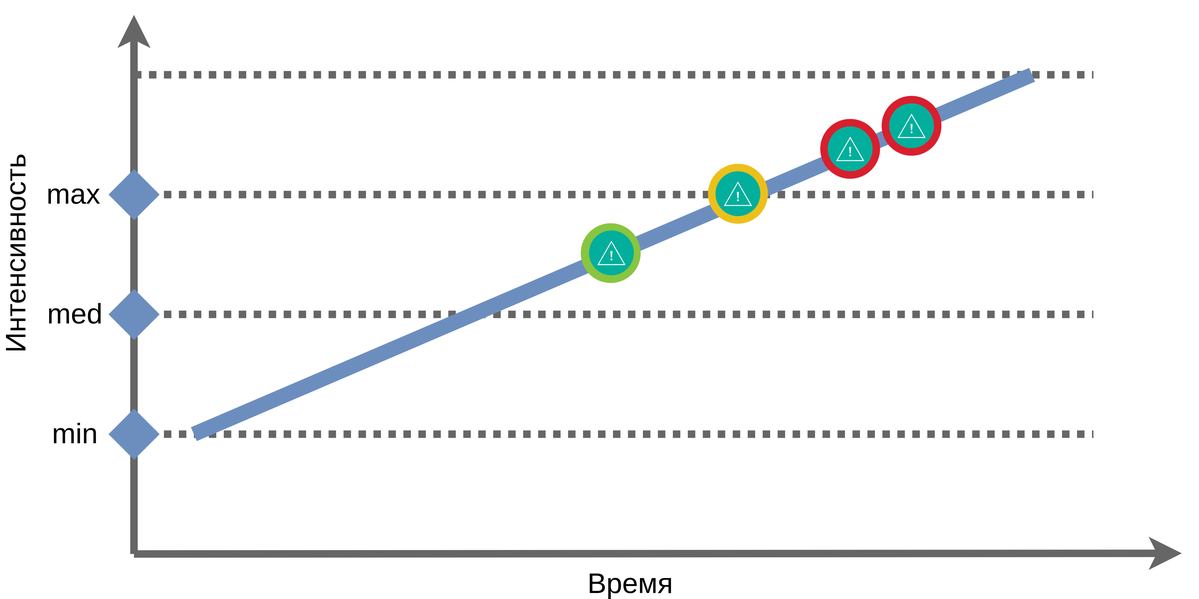
Before: docs/images/1/load.testing-6.png, a diagram exported from draw.io (polarnik/perflab). Source tidied: cells renumbered, new cells last; positions are measured from the earlier drawing's top-left corner, leaving out a move shared by most shapes.
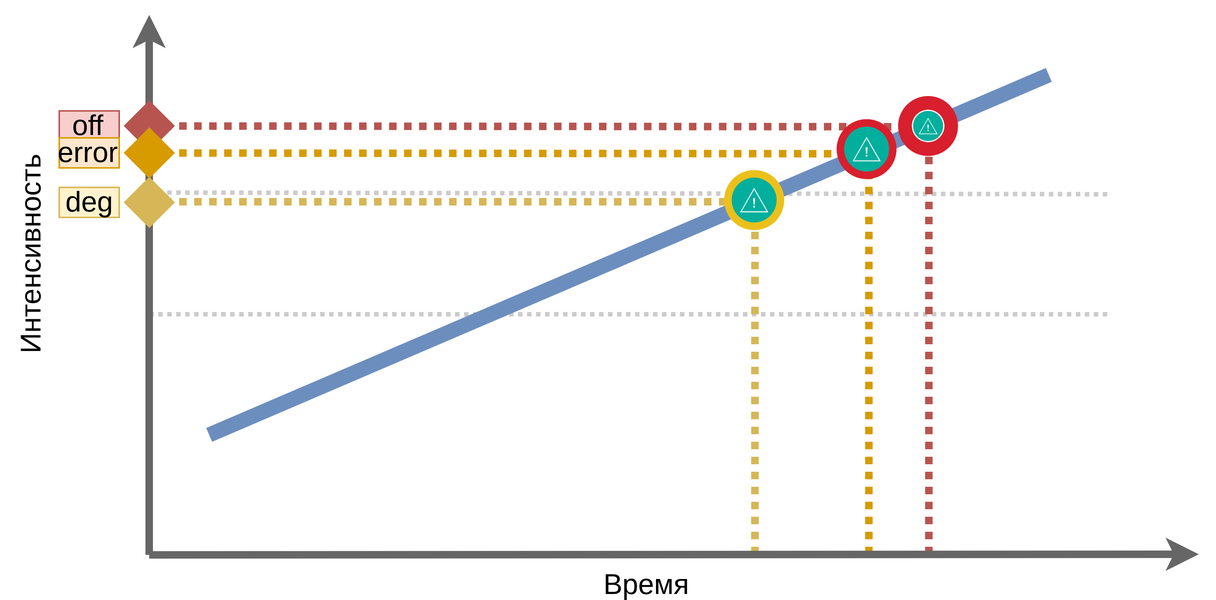
The same diagram one commit later.

Diff of the diagram source:
```diff
@@ -2,119 +2,135 @@
   <root>
     <mxCell id="0" />
     <mxCell id="1" parent="0" />
-    <mxCell id="2" style="endArrow=classic;html=1;strokeWidth=5;jumpStyle=arc;fillColor=#f5f5f5;strokeColor=#666666;" parent="1" edge="1">
+    <mxCell id="2" style="endArrow=none;dashed=1;html=1;dashPattern=1 1;strokeColor=#CCCCCC;strokeWidth=3;fillColor=#97D077;" parent="1" edge="1">
       <mxGeometry relative="1" as="geometry">
-        <mxPoint x="99" y="360.4" as="sourcePoint" />
-        <mxPoint x="799" y="360" as="targetPoint" />
+        <mxPoint x="99" y="200" as="sourcePoint" />
+        <mxPoint x="739" y="200" as="targetPoint" />
       </mxGeometry>
     </mxCell>
-    <mxCell id="3" style="endArrow=classic;html=1;strokeWidth=5;jumpStyle=arc;fillColor=#f5f5f5;strokeColor=#666666;" parent="1" edge="1">
+    <mxCell id="3" style="endArrow=none;dashed=1;html=1;dashPattern=1 1;strokeColor=#CCCCCC;strokeWidth=3;fillColor=#97D077;" parent="1" edge="1">
       <mxGeometry relative="1" as="geometry">
-        <mxPoint x="99" y="360.4" as="sourcePoint" />
-        <mxPoint x="99" y="0.4" as="targetPoint" />
+        <mxPoint x="99" y="118.9" as="sourcePoint" />
+        <mxPoint x="740.1" y="120" as="targetPoint" />
       </mxGeometry>
     </mxCell>
-    <mxCell id="4" style="endArrow=none;dashed=1;html=1;strokeWidth=5;dashPattern=1 1;fillColor=#f5f5f5;strokeColor=#666666;startArrow=none;startFill=0;startSize=8;" parent="1" edge="1">
-      <mxGeometry relative="1" as="geometry">
-        <mxPoint x="99" y="280.4" as="sourcePoint" />
-        <mxPoint x="740" y="280.4" as="targetPoint" />
-      </mxGeometry>
+    <mxCell id="4" style="group;" parent="1" vertex="1">
+      <mxGeometry y="0.4" width="799" height="390" as="geometry" />
     </mxCell>
-    <mxCell id="5" style="endArrow=none;dashed=1;html=1;strokeWidth=5;dashPattern=1 1;fillColor=#f5f5f5;strokeColor=#666666;" parent="1" edge="1">
+    <mxCell id="5" style="endArrow=none;dashed=1;html=1;dashPattern=1 1;strokeWidth=5;fillColor=#f8cecc;strokeColor=#b85450;" parent="4" edge="1" target="23">
       <mxGeometry relative="1" as="geometry">
-        <mxPoint x="99" y="200.4" as="sourcePoint" />
-        <mxPoint x="740" y="200.4" as="targetPoint" />
+        <mxPoint x="99" y="74.1" as="sourcePoint" />
       </mxGeometry>
     </mxCell>
-    <mxCell id="6" style="endArrow=none;dashed=1;html=1;strokeWidth=5;dashPattern=1 1;fillColor=#f5f5f5;strokeColor=#666666;" parent="1" edge="1">
+    <mxCell id="6" style="endArrow=none;dashed=1;html=1;dashPattern=1 1;strokeWidth=5;fillColor=#fff2cc;strokeColor=#d6b656;" parent="4" edge="1">
       <mxGeometry relative="1" as="geometry">
-        <mxPoint x="99" y="120.4" as="sourcePoint" />
-        <mxPoint x="740" y="120.4" as="targetPoint" />
+        <mxPoint x="99" y="124.6" as="sourcePoint" />
+        <mxPoint x="519" y="124.6" as="targetPoint" />
       </mxGeometry>
     </mxCell>
-    <mxCell id="7" style="endArrow=none;dashed=1;html=1;strokeWidth=5;dashPattern=1 1;fillColor=#f5f5f5;strokeColor=#666666;" parent="1" edge="1">
+    <mxCell id="7" style="endArrow=none;dashed=1;html=1;fillColor=#f8cecc;strokeColor=#b85450;strokeWidth=5;dashPattern=1 1;" parent="4" edge="1" target="23">
       <mxGeometry relative="1" as="geometry">
-        <mxPoint x="99" y="40.4" as="sourcePoint" />
-        <mxPoint x="740" y="40.4" as="targetPoint" />
+        <mxPoint x="619" y="359.6" as="sourcePoint" />
       </mxGeometry>
     </mxCell>
-    <mxCell id="8" style="endArrow=none;html=1;strokeWidth=10;targetPerimeterSpacing=0;comic=0;shadow=0;jumpStyle=none;orthogonalLoop=1;fillColor=#dae8fc;strokeColor=#6c8ebf;rounded=1;" parent="1" edge="1">
+    <mxCell id="8" style="endArrow=none;dashed=1;html=1;fillColor=#ffe6cc;strokeColor=#d79b00;strokeWidth=5;dashPattern=1 1;" parent="4" edge="1">
       <mxGeometry relative="1" as="geometry">
-        <mxPoint x="139" y="280.4" as="sourcePoint" />
-        <mxPoint x="699" y="40.4" as="targetPoint" />
+        <mxPoint x="579" y="359.6" as="sourcePoint" />
+        <mxPoint x="579" y="69.6" as="targetPoint" />
       </mxGeometry>
     </mxCell>
-    <mxCell id="9" style="endArrow=none;html=1;shadow=0;strokeWidth=10;startArrow=diamond;startFill=1;startSize=10;fillColor=#dae8fc;strokeColor=#6c8ebf;" parent="1" edge="1">
+    <mxCell id="9" style="endArrow=none;dashed=1;html=1;dashPattern=1 1;strokeWidth=5;fillColor=#fff2cc;strokeColor=#d6b656;" parent="4" edge="1">
       <mxGeometry relative="1" as="geometry">
-        <mxPoint x="82" y="280.4" as="sourcePoint" />
-        <mxPoint x="102" y="280.4" as="targetPoint" />
+        <mxPoint x="503" y="359.6" as="sourcePoint" />
+        <mxPoint x="503" y="99.6" as="targetPoint" />
       </mxGeometry>
     </mxCell>
-    <mxCell id="10" style="endArrow=none;html=1;shadow=0;strokeWidth=10;startArrow=diamond;startFill=1;startSize=10;fillColor=#dae8fc;strokeColor=#6c8ebf;endSize=0;" parent="1" edge="1">
+    <mxCell id="10" style="endArrow=classic;html=1;strokeWidth=5;jumpStyle=arc;fillColor=#f5f5f5;strokeColor=#666666;" parent="4" edge="1">
       <mxGeometry relative="1" as="geometry">
-        <mxPoint x="82" y="200.4" as="sourcePoint" />
-        <mxPoint x="102" y="200.4" as="targetPoint" />
+        <mxPoint x="99" y="360" as="sourcePoint" />
+        <mxPoint x="799" y="359.6" as="targetPoint" />
       </mxGeometry>
     </mxCell>
-    <mxCell id="11" style="endArrow=none;html=1;shadow=0;strokeWidth=10;startArrow=diamond;startFill=1;startSize=10;fillColor=#dae8fc;strokeColor=#6c8ebf;endSize=0;" parent="1" edge="1">
+    <mxCell id="11" style="endArrow=classic;html=1;strokeWidth=5;jumpStyle=arc;fillColor=#f5f5f5;strokeColor=#666666;" parent="4" edge="1">
       <mxGeometry relative="1" as="geometry">
-        <mxPoint x="82" y="120.4" as="sourcePoint" />
-        <mxPoint x="102" y="120.4" as="targetPoint" />
+        <mxPoint x="99" y="360" as="sourcePoint" />
+        <mxPoint x="99" as="targetPoint" />
       </mxGeometry>
     </mxCell>
-    <mxCell id="12" value="min" style="text;html=1;strokeColor=none;fillColor=none;align=center;verticalAlign=middle;whiteSpace=wrap;rounded=0;fontSize=19;" parent="1" vertex="1">
-      <mxGeometry x="39" y="270.4" width="40" height="20" as="geometry" />
+    <mxCell id="12" style="endArrow=none;html=1;strokeWidth=10;targetPerimeterSpacing=0;comic=0;shadow=0;jumpStyle=none;orthogonalLoop=1;fillColor=#dae8fc;strokeColor=#6c8ebf;rounded=1;" parent="4" edge="1">
+      <mxGeometry relative="1" as="geometry">
+        <mxPoint x="139" y="280" as="sourcePoint" />
+        <mxPoint x="699" y="40" as="targetPoint" />
+      </mxGeometry>
     </mxCell>
-    <mxCell id="13" value="med" style="text;html=1;strokeColor=none;fillColor=none;align=center;verticalAlign=middle;whiteSpace=wrap;rounded=0;fontSize=19;" parent="1" vertex="1">
-      <mxGeometry x="39" y="190.4" width="40" height="20" as="geometry" />
+    <mxCell id="13" value="Время" style="text;html=1;strokeColor=none;fillColor=none;align=center;verticalAlign=middle;whiteSpace=wrap;rounded=0;fontSize=19;" parent="4" vertex="1">
+      <mxGeometry x="411" y="370" width="40" height="20" as="geometry" />
     </mxCell>
-    <mxCell id="14" value="max" style="text;html=1;strokeColor=none;fillColor=none;align=center;verticalAlign=middle;whiteSpace=wrap;rounded=0;fontSize=19;" parent="1" vertex="1">
-      <mxGeometry x="39" y="110.4" width="40" height="20" as="geometry" />
+    <mxCell id="14" value="Интенсивность" style="text;html=1;strokeColor=none;fillColor=none;align=center;verticalAlign=middle;whiteSpace=wrap;rounded=0;fontSize=19;rotation=-90;" parent="4" vertex="1">
+      <mxGeometry y="150" width="40" height="20" as="geometry" />
     </mxCell>
-    <mxCell id="15" value="Время" style="text;html=1;strokeColor=none;fillColor=none;align=center;verticalAlign=middle;whiteSpace=wrap;rounded=0;fontSize=19;" parent="1" vertex="1">
-      <mxGeometry x="411" y="370.4" width="40" height="20" as="geometry" />
+    <mxCell id="15" style="group;" parent="4" vertex="1">
+      <mxGeometry x="483" y="103.9" width="40" height="40" as="geometry" />
     </mxCell>
-    <mxCell id="16" value="Интенсивность" style="text;html=1;strokeColor=none;fillColor=none;align=center;verticalAlign=middle;whiteSpace=wrap;rounded=0;fontSize=19;rotation=-90;" parent="1" vertex="1">
-      <mxGeometry y="150.4" width="40" height="20" as="geometry" />
+    <mxCell id="16" style="perimeter=ellipsePerimeter;html=1;align=center;shadow=0;dashed=0;image;image=img/lib/ibm/applications/visualization.svg;fontSize=19;" parent="15" vertex="1">
+      <mxGeometry width="40" height="40" as="geometry" />
     </mxCell>
-    <mxCell id="17" style="perimeter=ellipsePerimeter;html=1;align=center;shadow=0;dashed=0;image;image=img/lib/ibm/infrastructure/channels.svg;fontSize=19;" parent="1" vertex="1">
-      <mxGeometry x="398" y="140" width="40" height="40" as="geometry" />
+    <mxCell id="17" style="perimeter=ellipsePerimeter;html=1;align=center;shadow=0;dashed=0;image;image=img/lib/ibm/management/alert_notification.svg;fontSize=19;" parent="15" vertex="1">
+      <mxGeometry x="5" y="5" width="30" height="30" as="geometry" />
     </mxCell>
-    <mxCell id="18" style="perimeter=ellipsePerimeter;html=1;align=center;shadow=0;dashed=0;image;image=img/lib/ibm/management/alert_notification.svg;fontSize=19;" parent="1" vertex="1">
-      <mxGeometry x="403.5" y="144.9" width="30" height="30" as="geometry" />
+    <mxCell id="18" style="group;" parent="4" vertex="1">
+      <mxGeometry x="558" y="70" width="40" height="40" as="geometry" />
     </mxCell>
-    <mxCell id="19" style="group;" parent="1" vertex="1">
-      <mxGeometry x="483" y="100.4" width="40" height="40" as="geometry" />
+    <mxCell id="19" style="group;" parent="18" vertex="1">
+      <mxGeometry width="40" height="40" as="geometry" />
     </mxCell>
-    <mxCell id="20" style="perimeter=ellipsePerimeter;html=1;align=center;shadow=0;dashed=0;image;image=img/lib/ibm/applications/visualization.svg;fontSize=19;" parent="19" vertex="1">
+    <mxCell id="20" style="perimeter=ellipsePerimeter;html=1;align=center;shadow=0;dashed=0;image;image=img/lib/ibm/security/physical_security.svg;fontSize=19;" parent="19" vertex="1">
       <mxGeometry width="40" height="40" as="geometry" />
     </mxCell>
     <mxCell id="21" style="perimeter=ellipsePerimeter;html=1;align=center;shadow=0;dashed=0;image;image=img/lib/ibm/management/alert_notification.svg;fontSize=19;" parent="19" vertex="1">
       <mxGeometry x="5" y="5" width="30" height="30" as="geometry" />
     </mxCell>
-    <mxCell id="22" style="group;" parent="1" vertex="1">
-      <mxGeometry x="558" y="70.4" width="40" height="40" as="geometry" />
+    <mxCell id="22" style="perimeter=ellipsePerimeter;html=1;align=center;shadow=0;dashed=0;image;image=img/lib/ibm/security/physical_security.svg;fontSize=19;" parent="4" vertex="1">
+      <mxGeometry x="599" y="54.6" width="40" height="40" as="geometry" />
     </mxCell>
-    <mxCell id="23" style="group;" parent="22" vertex="1">
-      <mxGeometry width="40" height="40" as="geometry" />
+    <mxCell id="23" style="perimeter=ellipsePerimeter;html=1;align=center;shadow=0;dashed=0;image;image=img/lib/ibm/management/alert_notification.svg;fontSize=19;" parent="4" vertex="1">
+      <mxGeometry x="609" y="64.6" width="20" height="20" as="geometry" />
     </mxCell>
-    <mxCell id="24" style="perimeter=ellipsePerimeter;html=1;align=center;shadow=0;dashed=0;image;image=img/lib/ibm/security/physical_security.svg;fontSize=19;" parent="23" vertex="1">
-      <mxGeometry width="40" height="40" as="geometry" />
+    <mxCell id="24" style="endArrow=none;html=1;shadow=0;strokeWidth=10;startArrow=diamond;startFill=1;startSize=10;fillColor=#fff2cc;strokeColor=#d6b656;" parent="4" edge="1">
+      <mxGeometry relative="1" as="geometry">
+        <mxPoint x="82" y="125" as="sourcePoint" />
+        <mxPoint x="102" y="125" as="targetPoint" />
+      </mxGeometry>
     </mxCell>
-    <mxCell id="25" style="perimeter=ellipsePerimeter;html=1;align=center;shadow=0;dashed=0;image;image=img/lib/ibm/management/alert_notification.svg;fontSize=19;" parent="23" vertex="1">
-      <mxGeometry x="5" y="5" width="30" height="30" as="geometry" />
+    <mxCell id="25" value="deg" style="text;html=1;strokeColor=#d6b656;fillColor=#fff2cc;align=center;verticalAlign=middle;whiteSpace=wrap;rounded=0;fontSize=19;" parent="4" vertex="1">
+      <mxGeometry x="39" y="115" width="40" height="20" as="geometry" />
     </mxCell>
-    <mxCell id="26" style="group;" parent="1" vertex="1">
-      <mxGeometry x="599" y="55" width="40" height="40" as="geometry" />
+    <mxCell id="26" style="endArrow=none;html=1;shadow=0;strokeWidth=10;startArrow=diamond;startFill=1;startSize=10;fillColor=#f8cecc;strokeColor=#b85450;endSize=0;" parent="4" edge="1">
+      <mxGeometry relative="1" as="geometry">
+        <mxPoint x="82" y="74" as="sourcePoint" />
+        <mxPoint x="102" y="74" as="targetPoint" />
+      </mxGeometry>
     </mxCell>
-    <mxCell id="27" style="group;" parent="26" vertex="1">
-      <mxGeometry width="40" height="40" as="geometry" />
+    <mxCell id="27" value="off" style="text;html=1;strokeColor=#b85450;fillColor=#f8cecc;align=center;verticalAlign=middle;whiteSpace=wrap;rounded=0;fontSize=19;" parent="4" vertex="1">
+      <mxGeometry x="39" y="64" width="40" height="20" as="geometry" />
     </mxCell>
-    <mxCell id="28" style="perimeter=ellipsePerimeter;html=1;align=center;shadow=0;dashed=0;image;image=img/lib/ibm/security/physical_security.svg;fontSize=19;" parent="27" vertex="1">
-      <mxGeometry width="40" height="40" as="geometry" />
+    <mxCell id="28" style="group;" parent="4" vertex="1">
+      <mxGeometry x="39" y="82" width="520" height="20" as="geometry" />
     </mxCell>
-    <mxCell id="29" style="perimeter=ellipsePerimeter;html=1;align=center;shadow=0;dashed=0;image;image=img/lib/ibm/management/alert_notification.svg;fontSize=19;" parent="27" vertex="1">
-      <mxGeometry x="5" y="5" width="30" height="30" as="geometry" />
+    <mxCell id="29" style="endArrow=none;html=1;shadow=0;strokeWidth=10;startArrow=diamond;startFill=1;startSize=10;fillColor=#ffe6cc;strokeColor=#d79b00;endSize=0;" parent="28" edge="1">
+      <mxGeometry relative="1" as="geometry">
+        <mxPoint x="43" y="10" as="sourcePoint" />
+        <mxPoint x="63" y="10" as="targetPoint" />
+      </mxGeometry>
     </mxCell>
+    <mxCell id="30" value="error" style="text;html=1;strokeColor=#d79b00;fillColor=#ffe6cc;align=center;verticalAlign=middle;whiteSpace=wrap;rounded=0;fontSize=19;" parent="28" vertex="1">
+      <mxGeometry width="40" height="20" as="geometry" />
+    </mxCell>
+    <mxCell id="31" style="endArrow=none;dashed=1;html=1;dashPattern=1 1;strokeWidth=5;fillColor=#ffe6cc;strokeColor=#d79b00;" parent="28" edge="1">
+      <mxGeometry relative="1" as="geometry">
+        <mxPoint x="60" y="10.1" as="sourcePoint" />
+        <mxPoint x="520" y="10.6" as="targetPoint" />
+      </mxGeometry>
+    </mxCell>
   </root>
 </mxGraphModel>
```
